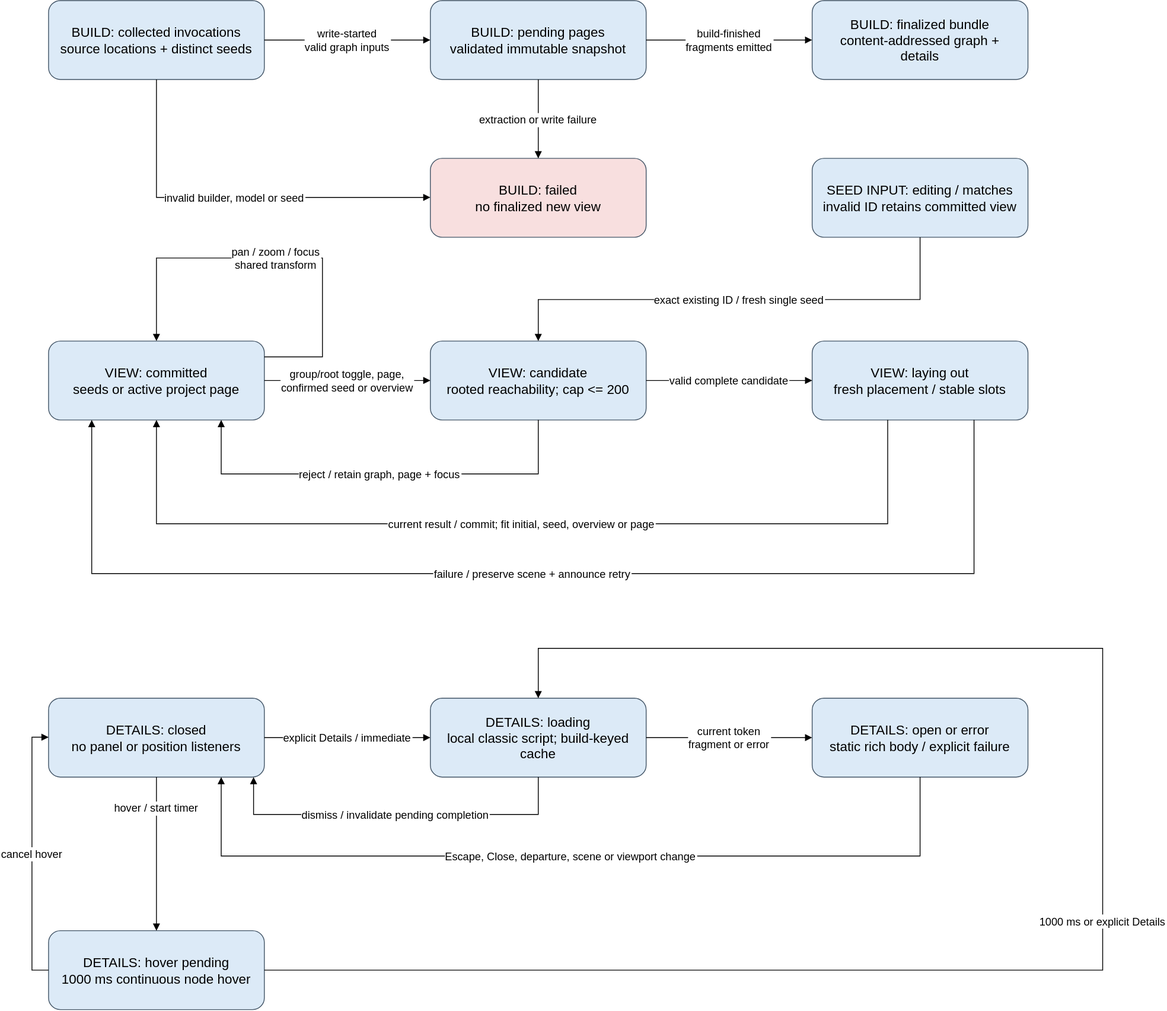
Earlier version of the draw.io export docs/architecture/diagrams/state-machine.svg (sysblacksmith/STV_sphinx-traceability-view). Source tidied: cells renumbered, new cells last; positions are measured from the earlier drawing's top-left corner, leaving out a move shared by most shapes.
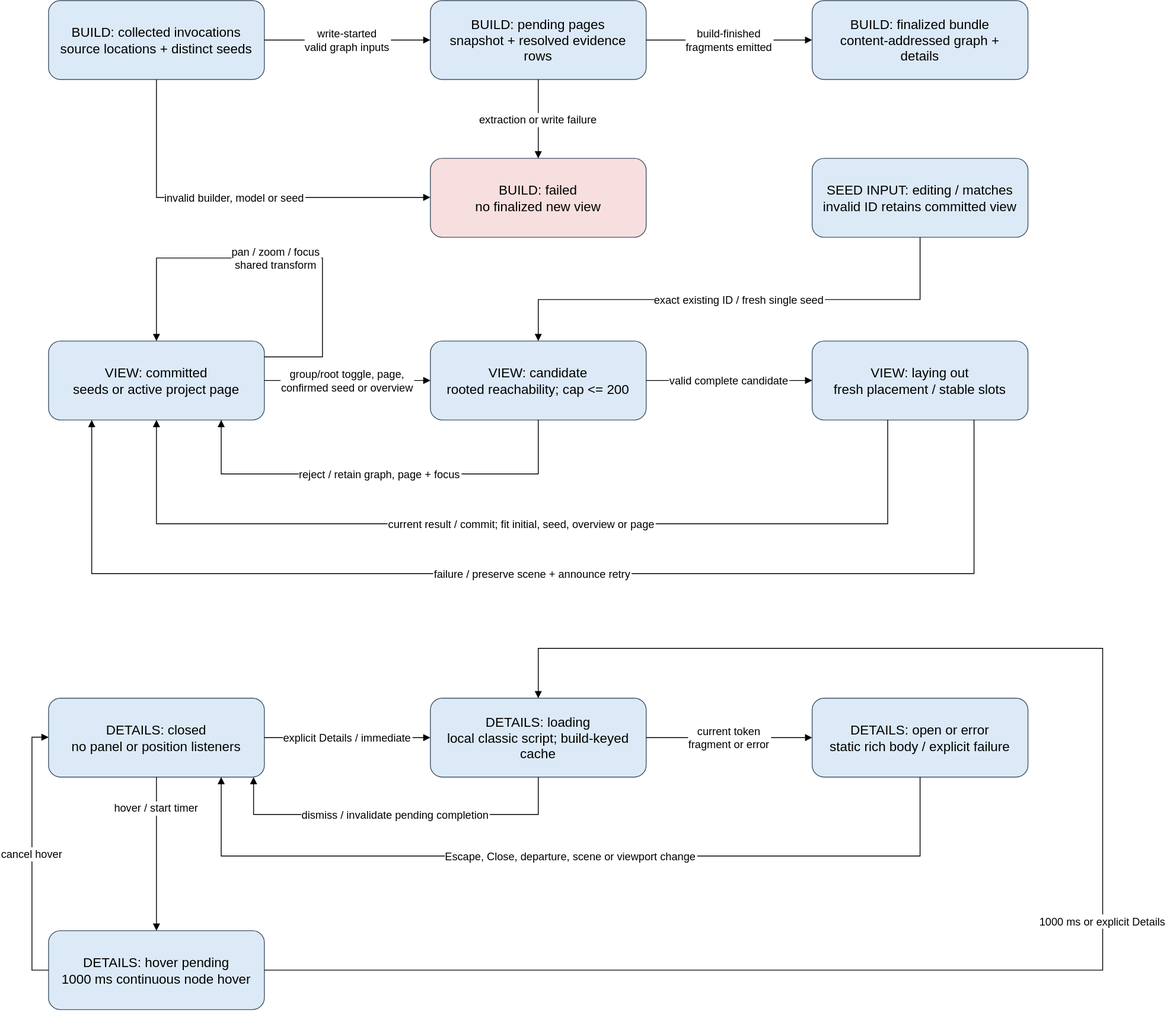
After the commit.

What changed in the source:
```diff
@@ -5,7 +5,7 @@
     <mxCell id="2" value="BUILD: collected invocations&#10;source locations + distinct seeds" style="rounded=1;whiteSpace=wrap;html=0;fillColor=#dceaf7;strokeColor=#425466;fontSize=16;spacing=10;" parent="1" vertex="1">
       <mxGeometry x="20" width="260" height="95" as="geometry" />
     </mxCell>
-    <mxCell id="3" value="BUILD: pending pages&#10;validated immutable snapshot" style="rounded=1;whiteSpace=wrap;html=0;fillColor=#dceaf7;strokeColor=#425466;fontSize=16;spacing=10;" parent="1" vertex="1">
+    <mxCell id="3" value="BUILD: pending pages&#10;snapshot + resolved evidence rows" style="rounded=1;whiteSpace=wrap;html=0;fillColor=#dceaf7;strokeColor=#425466;fontSize=16;spacing=10;" parent="1" vertex="1">
       <mxGeometry x="480" width="260" height="95" as="geometry" />
     </mxCell>
     <mxCell id="4" value="BUILD: finalized bundle&#10;content-addressed graph + details" style="rounded=1;whiteSpace=wrap;html=0;fillColor=#dceaf7;strokeColor=#425466;fontSize=16;spacing=10;" parent="1" vertex="1">
```
